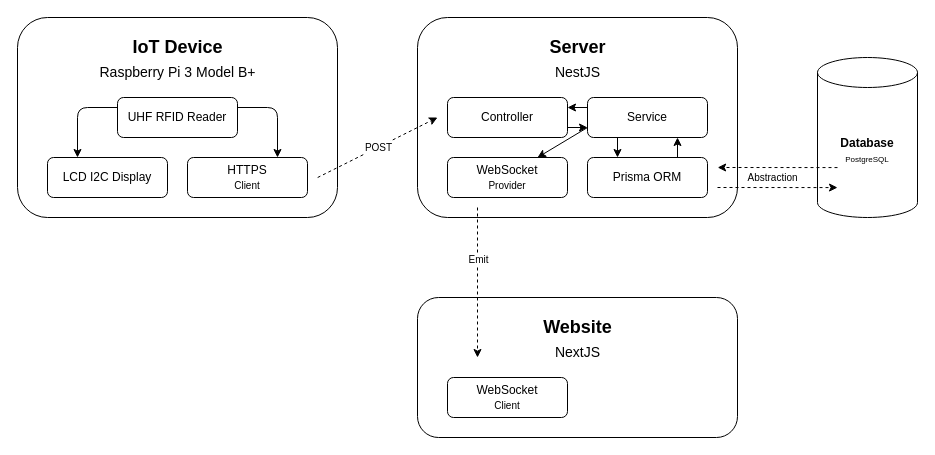
NotHydra/pari keeps this draw.io diagram as diagram/system-architecture-diagram/system-architecture-diagram.drawio. Above is the earlier version. Source tidied: cells renumbered, new cells numbered last; positions are measured from the earlier drawing's top-left corner, leaving out a move shared by most shapes. Both pictures are drawn from the tidied source at 100%, with x=0, y=0 at pixel (17, 17).
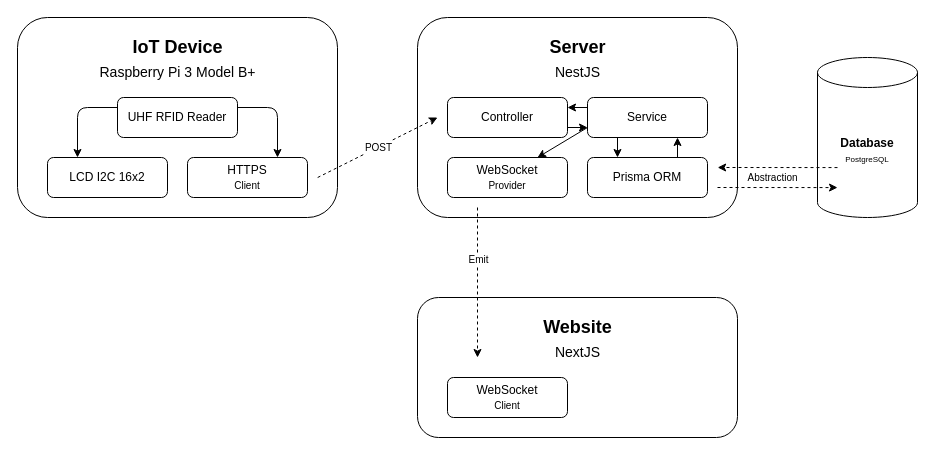
The same page after the edit.

Commit message (it also covers changes not shown here):
feat(diagram): lcd text revision

Diff of the diagram source:
```diff
@@
-    <mxCell id="18" value="LCD I2C Display" style="rounded=1;whiteSpace=wrap;html=1;" parent="1" vertex="1">
+    <mxCell id="18" value="LCD I2C 16x2" style="rounded=1;whiteSpace=wrap;html=1;" parent="1" vertex="1">
       <mxGeometry x="30" y="140" width="120" height="40" as="geometry" />
     </mxCell>
```
